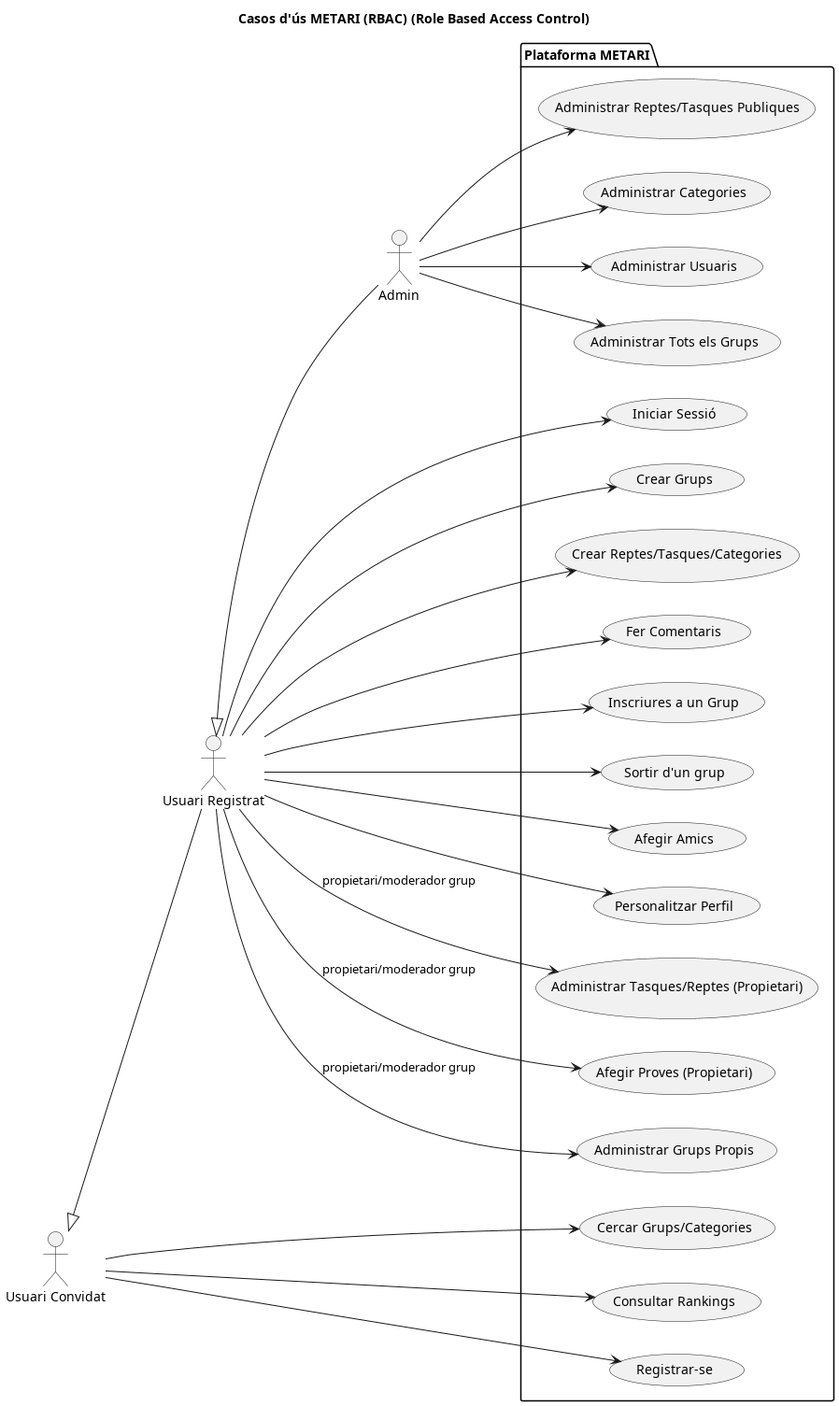
Before: img/Casos-Us.png, a diagram exported from PlantUML (aaroncano2006/metari). Source of this version:
```plantuml
@startuml
title Casos d'ús METARI (RBAC) (Role Based Access Control)

left to right direction

actor "Usuari Convidat" as UC
actor "Usuari Registrat" as UR
actor "Admin" as Admin

UC <|-- UR
UR <|-- Admin

package "Plataforma METARI" {

    usecase "Cercar Grups/Categories" as UC1
    usecase "Consultar Rankings" as UC2
    usecase "Registrar-se" as UC3

    usecase "Iniciar Sessió" as UR1
    usecase "Crear Grups" as UR2
    usecase "Crear Reptes/Tasques/Categories" as UR3
    usecase "Fer Comentaris" as UR4
    usecase "Inscriures a un Grup" as UR5
    usecase "Sortir d'un grup" as UR6
    usecase "Afegir Amics" as UR7
    usecase "Personalitzar Perfil" as UR8

    usecase "Administrar Tasques/Reptes (Propietari)" as URP1
    usecase "Afegir Proves (Propietari)" as URP2
    usecase "Administrar Grups Propis" as URP3

    usecase "Administrar Reptes/Tasques Publiques" as A1
    usecase "Administrar Categories" as A2
    usecase "Administrar Usuaris" as A3
    usecase "Administrar Tots els Grups" as A4
}

UC --> UC1
UC --> UC2
UC --> UC3

UR --> UR1
UR --> UR2
UR --> UR3
UR --> UR4
UR --> UR5
UR --> UR6
UR --> UR7
UR --> UR8

UR --> URP1 : "propietari/moderador grup"
UR --> URP2 : "propietari/moderador grup"
UR --> URP3 : "propietari/moderador grup"

Admin --> A1
Admin --> A2
Admin --> A3
Admin --> A4

@enduml
```
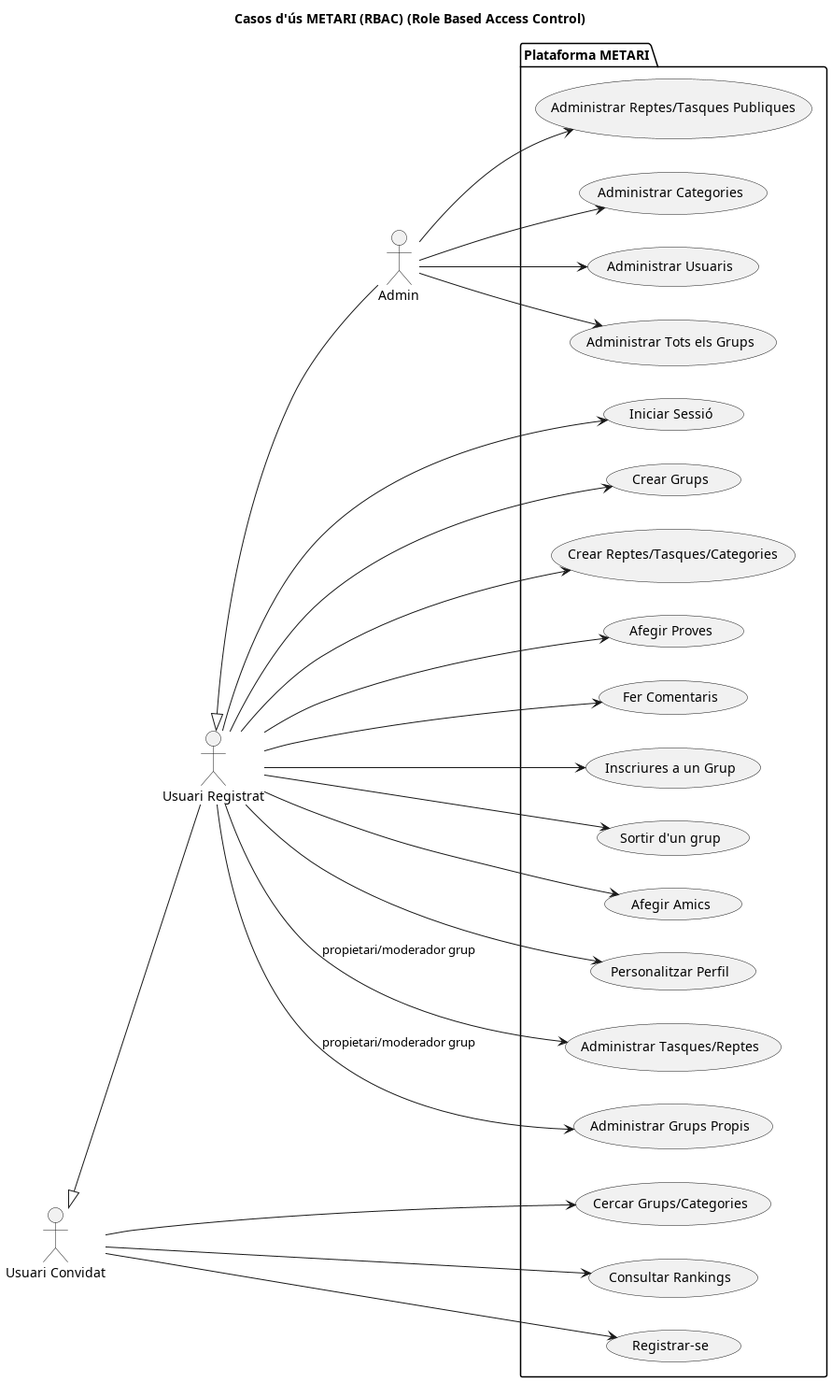
After the change.

Commit message:
Cassos d'ús corregits.

What changed in the source:
```diff
@@ -19,15 +19,15 @@
     usecase "Iniciar Sessió" as UR1
     usecase "Crear Grups" as UR2
     usecase "Crear Reptes/Tasques/Categories" as UR3
-    usecase "Fer Comentaris" as UR4
-    usecase "Inscriures a un Grup" as UR5
-    usecase "Sortir d'un grup" as UR6
-    usecase "Afegir Amics" as UR7
-    usecase "Personalitzar Perfil" as UR8
+    usecase "Afegir Proves" as UR4
+    usecase "Fer Comentaris" as UR5
+    usecase "Inscriures a un Grup" as UR6
+    usecase "Sortir d'un grup" as UR7
+    usecase "Afegir Amics" as UR8
+    usecase "Personalitzar Perfil" as UR9
 
-    usecase "Administrar Tasques/Reptes (Propietari)" as URP1
-    usecase "Afegir Proves (Propietari)" as URP2
-    usecase "Administrar Grups Propis" as URP3
+    usecase "Administrar Tasques/Reptes" as URP1
+    usecase "Administrar Grups Propis" as URP2
 
     usecase "Administrar Reptes/Tasques Publiques" as A1
     usecase "Administrar Categories" as A2
@@ -47,10 +47,10 @@
 UR --> UR6
 UR --> UR7
 UR --> UR8
+UR --> UR9
 
 UR --> URP1 : "propietari/moderador grup"
 UR --> URP2 : "propietari/moderador grup"
-UR --> URP3 : "propietari/moderador grup"
 
 Admin --> A1
 Admin --> A2
```
